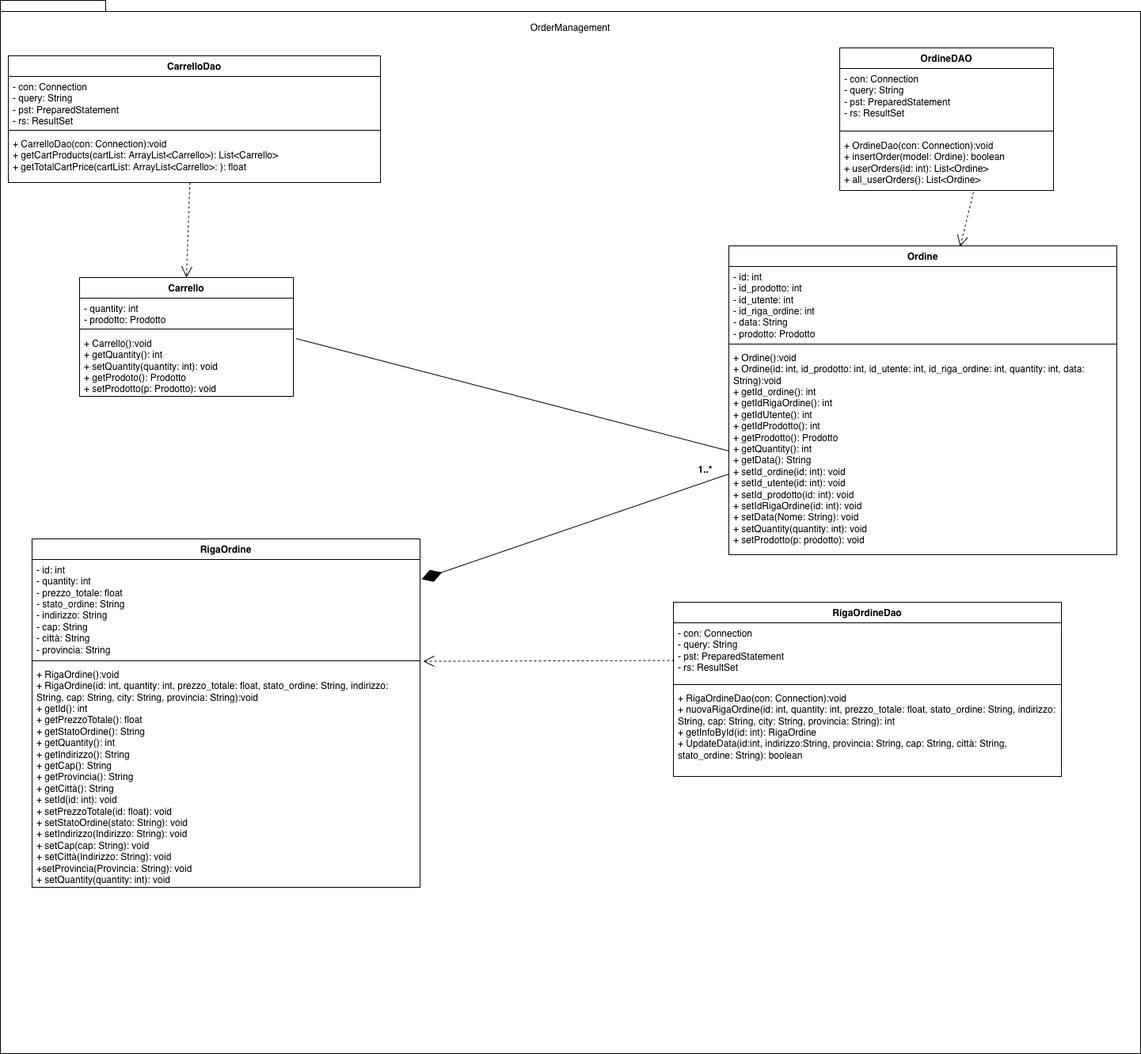
Above: Deliverables/Object Design Document Images/OrderManagement.png in SigsUni/LaCantina (draw.io), before the change. Source tidied: cells renumbered, new cells last; positions are measured from the earlier drawing's top-left corner, leaving out a move shared by most shapes.
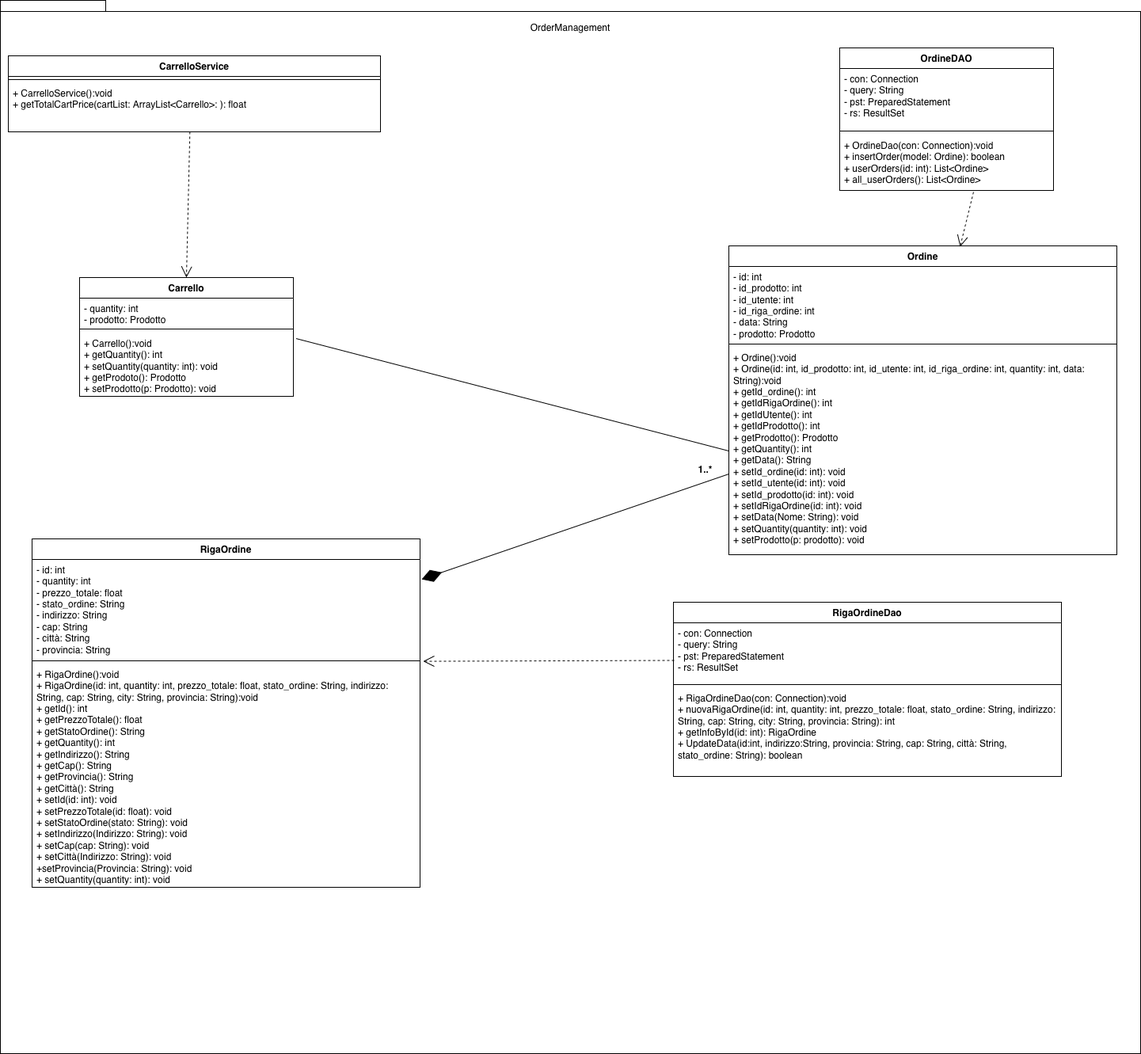
After the commit.

What changed in the source:
```diff
@@ -50,17 +50,14 @@
     <mxCell id="17" value="&lt;div&gt;+ Carrello():void&lt;/div&gt;&lt;div&gt;+ getQuantity(): int&amp;nbsp;&lt;/div&gt;&lt;div&gt;+ setQuantity(quantity: int): void&lt;/div&gt;&lt;div&gt;+ getProdoto(): Prodotto&lt;/div&gt;&lt;div&gt;+ setProdotto(p: Prodotto): void&lt;/div&gt;" style="text;strokeColor=none;fillColor=none;align=left;verticalAlign=top;spacingLeft=4;spacingRight=4;overflow=hidden;points=[[0,0.5],[1,0.5]];portConstraint=eastwest;whiteSpace=wrap;html=1;" parent="14" vertex="1">
       <mxGeometry y="70" width="270" height="80" as="geometry" />
     </mxCell>
-    <mxCell id="18" value="CarrelloDao" style="swimlane;fontStyle=1;align=center;verticalAlign=top;horizontal=1;startSize=26;whiteSpace=wrap;html=1;" parent="1" vertex="1">
-      <mxGeometry x="10" y="70" width="470" height="160" as="geometry" />
+    <mxCell id="18" value="CarrelloService" style="swimlane;fontStyle=1;align=center;verticalAlign=top;horizontal=1;startSize=26;whiteSpace=wrap;html=1;" parent="1" vertex="1">
+      <mxGeometry x="10" y="70" width="470" height="96" as="geometry" />
     </mxCell>
-    <mxCell id="19" value="&lt;div&gt;- con: Connection&lt;/div&gt;&lt;div&gt;- query: String&lt;/div&gt;&lt;div&gt;- pst: PreparedStatement&lt;span style=&quot;white-space: pre;&quot;&gt;&#9;&lt;/span&gt;&lt;/div&gt;&lt;div&gt;&lt;span style=&quot;white-space: pre;&quot;&gt;- rs: ResultSet&lt;/span&gt;&lt;/div&gt;&lt;div&gt;&lt;span style=&quot;white-space: pre;&quot;&gt;&lt;br&gt;&lt;/span&gt;&lt;/div&gt;" style="text;strokeColor=none;fillColor=none;align=left;verticalAlign=top;spacingLeft=4;spacingRight=4;overflow=hidden;whiteSpace=wrap;html=1;" parent="18" vertex="1">
-      <mxGeometry y="26" width="470" height="64" as="geometry" />
-    </mxCell>
     <mxCell id="20" style="line;strokeWidth=1;fillColor=none;align=left;verticalAlign=middle;spacingTop=-1;spacingLeft=3;spacingRight=3;labelPosition=right;strokeColor=inherit;" parent="18" vertex="1">
-      <mxGeometry y="90" width="470" height="8" as="geometry" />
+      <mxGeometry y="26" width="470" height="8" as="geometry" />
     </mxCell>
-    <mxCell id="21" value="&lt;div&gt;+ CarrelloDao(con: Connection):void&lt;/div&gt;&lt;div&gt;+ getCartProducts(cartList: ArrayList&amp;lt;Carrello&amp;gt;): List&amp;lt;Carrello&amp;gt;&lt;/div&gt;&lt;div&gt;+ getTotalCartPrice(cartList:&amp;nbsp;ArrayList&amp;lt;Carrello&amp;gt;: ): float&amp;nbsp;&lt;/div&gt;" style="text;strokeColor=none;fillColor=none;align=left;verticalAlign=top;spacingLeft=4;spacingRight=4;overflow=hidden;points=[[0,0.5],[1,0.5]];portConstraint=eastwest;whiteSpace=wrap;html=1;" parent="18" vertex="1">
-      <mxGeometry y="98" width="470" height="62" as="geometry" />
+    <mxCell id="21" value="&lt;div&gt;+ CarrelloService():void&lt;/div&gt;&lt;div&gt;+ getTotalCartPrice(cartList:&amp;nbsp;ArrayList&amp;lt;Carrello&amp;gt;: ): float&amp;nbsp;&lt;/div&gt;" style="text;strokeColor=none;fillColor=none;align=left;verticalAlign=top;spacingLeft=4;spacingRight=4;overflow=hidden;points=[[0,0.5],[1,0.5]];portConstraint=eastwest;whiteSpace=wrap;html=1;" parent="18" vertex="1">
+      <mxGeometry y="34" width="470" height="62" as="geometry" />
     </mxCell>
     <mxCell id="22" style="endArrow=open;endSize=12;dashed=1;html=1;rounded=0;entryX=0.5;entryY=0;entryDx=0;entryDy=0;exitX=0.488;exitY=1;exitDx=0;exitDy=0;exitPerimeter=0;" parent="1" edge="1" source="21" target="14">
       <mxGeometry relative="1" as="geometry" />
```
